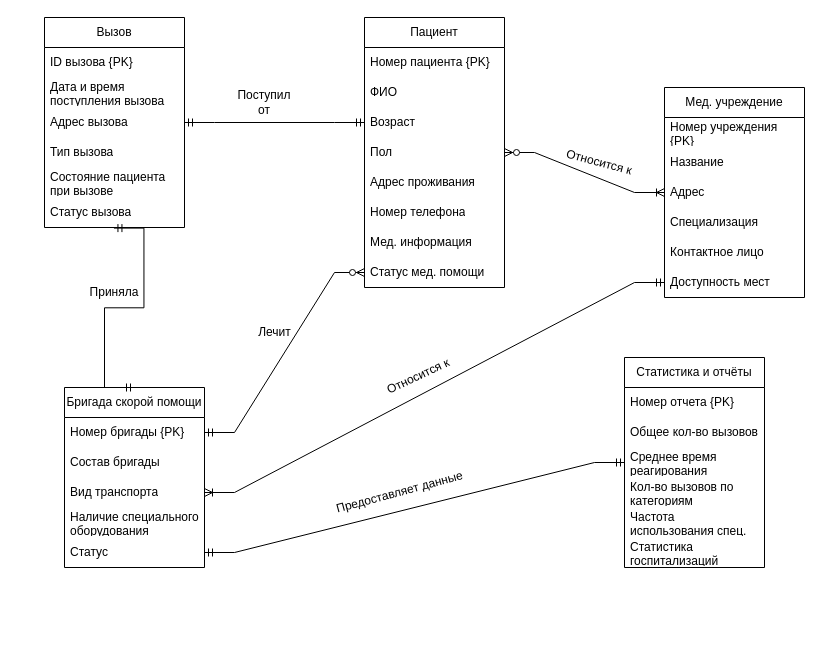
The draw.io diagram Лаба3.drawio in chchjii/Draw.io, before the edit. Source tidied: cells renumbered, new cells numbered last; positions are measured from the earlier drawing's top-left corner, leaving out a move shared by most shapes. Both pictures are drawn from the tidied source at 100%, with x=0, y=0 at pixel (44, 17).
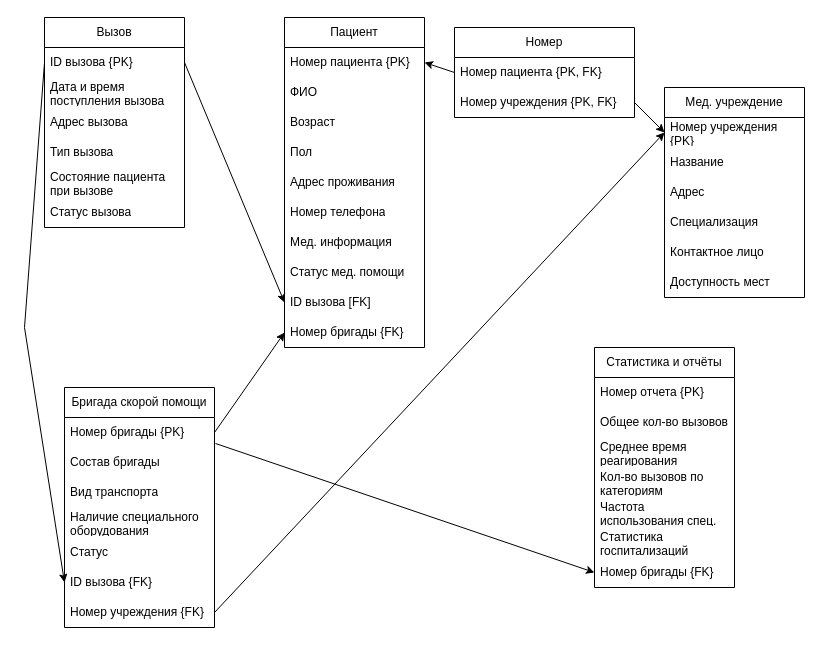
The same page after the edit.

The change refers to these unchanged cells:
```xml
<mxCell id="3" value="ID вызова {PK}" style="text;strokeColor=none;fillColor=none;align=left;verticalAlign=middle;spacingLeft=4;spacingRight=4;overflow=hidden;points=[[0,0.5],[1,0.5]];portConstraint=eastwest;whiteSpace=wrap;html=1;" parent="2" vertex="1">
  <mxGeometry y="30" width="140" height="30" as="geometry" />
</mxCell>
<mxCell id="5" value="Адрес вызова" style="text;strokeColor=none;fillColor=none;align=left;verticalAlign=middle;spacingLeft=4;spacingRight=4;overflow=hidden;points=[[0,0.5],[1,0.5]];portConstraint=eastwest;whiteSpace=wrap;html=1;" parent="2" vertex="1">
  <mxGeometry y="90" width="140" height="30" as="geometry" />
</mxCell>
<mxCell id="8" value="Статус вызова" style="text;strokeColor=none;fillColor=none;align=left;verticalAlign=middle;spacingLeft=4;spacingRight=4;overflow=hidden;points=[[0,0.5],[1,0.5]];portConstraint=eastwest;whiteSpace=wrap;html=1;" parent="2" vertex="1">
  <mxGeometry y="180" width="140" height="30" as="geometry" />
</mxCell>
<mxCell id="10" value="Номер пациента {PK}" style="text;strokeColor=none;fillColor=none;align=left;verticalAlign=middle;spacingLeft=4;spacingRight=4;overflow=hidden;points=[[0,0.5],[1,0.5]];portConstraint=eastwest;whiteSpace=wrap;html=1;" parent="9" vertex="1">
  <mxGeometry y="30" width="140" height="30" as="geometry" />
</mxCell>
<mxCell id="12" value="Возраст" style="text;strokeColor=none;fillColor=none;align=left;verticalAlign=middle;spacingLeft=4;spacingRight=4;overflow=hidden;points=[[0,0.5],[1,0.5]];portConstraint=eastwest;whiteSpace=wrap;html=1;" parent="9" vertex="1">
  <mxGeometry y="90" width="140" height="30" as="geometry" />
</mxCell>
<mxCell id="13" value="Пол" style="text;strokeColor=none;fillColor=none;align=left;verticalAlign=middle;spacingLeft=4;spacingRight=4;overflow=hidden;points=[[0,0.5],[1,0.5]];portConstraint=eastwest;whiteSpace=wrap;html=1;" parent="9" vertex="1">
  <mxGeometry y="120" width="140" height="30" as="geometry" />
</mxCell>
<mxCell id="17" value="Статус мед. помощи" style="text;strokeColor=none;fillColor=none;align=left;verticalAlign=middle;spacingLeft=4;spacingRight=4;overflow=hidden;points=[[0,0.5],[1,0.5]];portConstraint=eastwest;whiteSpace=wrap;html=1;" parent="9" vertex="1">
  <mxGeometry y="240" width="140" height="30" as="geometry" />
</mxCell>
<mxCell id="25" value="Номер учреждения {PK}" style="text;strokeColor=none;fillColor=none;align=left;verticalAlign=middle;spacingLeft=4;spacingRight=4;overflow=hidden;points=[[0,0.5],[1,0.5]];portConstraint=eastwest;whiteSpace=wrap;html=1;" parent="24" vertex="1">
  <mxGeometry y="30" width="140" height="30" as="geometry" />
</mxCell>
<mxCell id="27" value="Адрес" style="text;strokeColor=none;fillColor=none;align=left;verticalAlign=middle;spacingLeft=4;spacingRight=4;overflow=hidden;points=[[0,0.5],[1,0.5]];portConstraint=eastwest;whiteSpace=wrap;html=1;" parent="24" vertex="1">
  <mxGeometry y="90" width="140" height="30" as="geometry" />
</mxCell>
<mxCell id="30" value="Доступность мест" style="text;strokeColor=none;fillColor=none;align=left;verticalAlign=middle;spacingLeft=4;spacingRight=4;overflow=hidden;points=[[0,0.5],[1,0.5]];portConstraint=eastwest;whiteSpace=wrap;html=1;" parent="24" vertex="1">
  <mxGeometry y="180" width="140" height="30" as="geometry" />
</mxCell>
<mxCell id="34" value="Среднее время реагирования" style="text;strokeColor=none;fillColor=none;align=left;verticalAlign=middle;spacingLeft=4;spacingRight=4;overflow=hidden;points=[[0,0.5],[1,0.5]];portConstraint=eastwest;whiteSpace=wrap;html=1;" parent="31" vertex="1">
  <mxGeometry y="90" width="140" height="30" as="geometry" />
</mxCell>
```

The edit, as a diff of the source:
```diff
@@
     <mxCell id="9" value="Пациент" style="swimlane;fontStyle=0;horizontal=1;startSize=30;whiteSpace=wrap;html=1;" parent="1" vertex="1">
-      <mxGeometry x="320" width="140" height="270" as="geometry" />
+      <mxGeometry x="240" width="140" height="330" as="geometry" />
     </mxCell>
@@
+    <mxCell id="50" value="ID вызова [FK]" style="text;strokeColor=none;fillColor=none;align=left;verticalAlign=middle;spacingLeft=4;spacingRight=4;overflow=hidden;points=[[0,0.5],[1,0.5]];portConstraint=eastwest;whiteSpace=wrap;html=1;" parent="9" vertex="1">
+      <mxGeometry y="270" width="140" height="30" as="geometry" />
+    </mxCell>
+    <mxCell id="51" value="Номер бригады {FK}" style="text;strokeColor=none;fillColor=none;align=left;verticalAlign=middle;spacingLeft=4;spacingRight=4;overflow=hidden;points=[[0,0.5],[1,0.5]];portConstraint=eastwest;whiteSpace=wrap;html=1;" parent="9" vertex="1">
+      <mxGeometry y="300" width="140" height="30" as="geometry" />
+    </mxCell>
     <mxCell id="18" value="Бригада скорой помощи" style="swimlane;fontStyle=0;horizontal=1;startSize=30;whiteSpace=wrap;html=1;" parent="1" vertex="1">
-      <mxGeometry x="20" y="370" width="140" height="180" as="geometry" />
+      <mxGeometry x="20" y="370" width="150" height="240" as="geometry" />
     </mxCell>
     <mxCell id="19" value="Номер бригады {PK}" style="text;strokeColor=none;fillColor=none;align=left;verticalAlign=middle;spacingLeft=4;spacingRight=4;overflow=hidden;points=[[0,0.5],[1,0.5]];portConstraint=eastwest;whiteSpace=wrap;html=1;" parent="18" vertex="1">
-      <mxGeometry y="30" width="140" height="30" as="geometry" />
+      <mxGeometry y="30" width="150" height="30" as="geometry" />
     </mxCell>
     <mxCell id="20" value="Состав бригады" style="text;strokeColor=none;fillColor=none;align=left;verticalAlign=middle;spacingLeft=4;spacingRight=4;overflow=hidden;whiteSpace=wrap;html=1;" parent="18" vertex="1">
-      <mxGeometry y="60" width="140" height="30" as="geometry" />
+      <mxGeometry y="60" width="150" height="30" as="geometry" />
     </mxCell>
     <mxCell id="21" value="Вид транспорта" style="text;strokeColor=none;fillColor=none;align=left;verticalAlign=middle;spacingLeft=4;spacingRight=4;overflow=hidden;points=[[0,0.5],[1,0.5]];portConstraint=eastwest;whiteSpace=wrap;html=1;" parent="18" vertex="1">
-      <mxGeometry y="90" width="140" height="30" as="geometry" />
+      <mxGeometry y="90" width="150" height="30" as="geometry" />
     </mxCell>
     <mxCell id="22" value="Наличие специального оборудования" style="text;strokeColor=none;fillColor=none;align=left;verticalAlign=middle;spacingLeft=4;spacingRight=4;overflow=hidden;whiteSpace=wrap;html=1;" parent="18" vertex="1">
-      <mxGeometry y="120" width="140" height="30" as="geometry" />
+      <mxGeometry y="120" width="150" height="30" as="geometry" />
     </mxCell>
     <mxCell id="23" value="Статус" style="text;strokeColor=none;fillColor=none;align=left;verticalAlign=middle;spacingLeft=4;spacingRight=4;overflow=hidden;points=[[0,0.5],[1,0.5]];portConstraint=eastwest;whiteSpace=wrap;html=1;" parent="18" vertex="1">
-      <mxGeometry y="150" width="140" height="30" as="geometry" />
+      <mxGeometry y="150" width="150" height="30" as="geometry" />
     </mxCell>
+    <mxCell id="52" value="ID вызова {FK}" style="text;strokeColor=none;fillColor=none;align=left;verticalAlign=middle;spacingLeft=4;spacingRight=4;overflow=hidden;points=[[0,0.5],[1,0.5]];portConstraint=eastwest;whiteSpace=wrap;html=1;" parent="18" vertex="1">
+      <mxGeometry y="180" width="150" height="30" as="geometry" />
+    </mxCell>
+    <mxCell id="53" value="Номер учреждения {FK}" style="text;strokeColor=none;fillColor=none;align=left;verticalAlign=middle;spacingLeft=4;spacingRight=4;overflow=hidden;points=[[0,0.5],[1,0.5]];portConstraint=eastwest;whiteSpace=wrap;html=1;" parent="18" vertex="1">
+      <mxGeometry y="210" width="150" height="30" as="geometry" />
+    </mxCell>
@@
     <mxCell id="31" value="Статистика и отчёты" style="swimlane;fontStyle=0;horizontal=1;startSize=30;whiteSpace=wrap;html=1;" parent="1" vertex="1">
-      <mxGeometry x="580" y="340" width="140" height="210" as="geometry" />
+      <mxGeometry x="550" y="330" width="140" height="240" as="geometry" />
     </mxCell>
@@
-    <mxCell id="38" style="edgeStyle=entityRelationEdgeStyle;fontSize=12;html=1;endArrow=ERmandOne;startArrow=ERmandOne;rounded=0;exitX=1;exitY=0.5;exitDx=0;exitDy=0;entryX=0;entryY=0.5;entryDx=0;entryDy=0;" parent="1" edge="1" source="5" target="12">
-      <mxGeometry relative="1" as="geometry">
-        <Array as="points">
-          <mxPoint x="240" y="110" />
-          <mxPoint x="230" y="100" />
-        </Array>
-      </mxGeometry>
-    </mxCell>
-    <mxCell id="39" style="edgeStyle=entityRelationEdgeStyle;fontSize=12;html=1;endArrow=ERoneToMany;startArrow=ERzeroToMany;rounded=0;exitX=1;exitY=0.5;exitDx=0;exitDy=0;entryX=0;entryY=0.5;entryDx=0;entryDy=0;" parent="1" edge="1" source="13" target="27">
-      <mxGeometry relative="1" as="geometry">
-        <Array as="points">
-          <mxPoint x="540" y="150" />
-        </Array>
-      </mxGeometry>
-    </mxCell>
-    <mxCell id="40" style="edgeStyle=entityRelationEdgeStyle;fontSize=12;html=1;endArrow=ERmandOne;startArrow=ERmandOne;rounded=0;entryX=0.496;entryY=1.02;entryDx=0;entryDy=0;entryPerimeter=0;exitX=0.5;exitY=0;exitDx=0;exitDy=0;" parent="1" edge="1" source="18" target="8">
-      <mxGeometry relative="1" as="geometry">
-        <Array as="points">
-          <mxPoint x="99" y="330" />
-          <mxPoint x="50" y="250" />
-        </Array>
-      </mxGeometry>
-    </mxCell>
-    <mxCell id="41" value="Поступил от" style="text;html=1;align=center;verticalAlign=middle;whiteSpace=wrap;rounded=0;" parent="1" vertex="1">
-      <mxGeometry x="190" y="70" width="60" height="30" as="geometry" />
-    </mxCell>
-    <mxCell id="42" value="Относится к" style="text;html=1;align=center;verticalAlign=middle;whiteSpace=wrap;rounded=0;rotation=15;" parent="1" vertex="1">
-      <mxGeometry x="510" y="130" width="90" height="30" as="geometry" />
-    </mxCell>
-    <mxCell id="43" value="Приняла" style="text;html=1;align=center;verticalAlign=middle;whiteSpace=wrap;rounded=0;" parent="1" vertex="1">
-      <mxGeometry x="40" y="260" width="60" height="30" as="geometry" />
-    </mxCell>
-    <mxCell id="44" value="Относится к" style="text;html=1;align=center;verticalAlign=middle;whiteSpace=wrap;rounded=0;rotation=-25;" parent="1" vertex="1">
-      <mxGeometry x="328.6" y="343.7" width="90" height="30" as="geometry" />
-    </mxCell>
-    <mxCell id="45" style="edgeStyle=entityRelationEdgeStyle;fontSize=12;html=1;endArrow=ERoneToMany;startArrow=ERmandOne;rounded=0;exitX=0;exitY=0.5;exitDx=0;exitDy=0;entryX=1;entryY=0.5;entryDx=0;entryDy=0;" parent="1" edge="1" source="30" target="21">
-      <mxGeometry relative="1" as="geometry" />
-    </mxCell>
-    <mxCell id="46" style="edgeStyle=entityRelationEdgeStyle;fontSize=12;html=1;endArrow=ERzeroToMany;startArrow=ERmandOne;rounded=0;exitX=1;exitY=0.5;exitDx=0;exitDy=0;" parent="1" edge="1" source="19" target="17">
-      <mxGeometry relative="1" as="geometry" />
-    </mxCell>
-    <mxCell id="47" value="Лечит" style="text;html=1;align=center;verticalAlign=middle;strokeColor=none;fillColor=none;" parent="1" vertex="1">
-      <mxGeometry x="200" y="300" width="60" height="30" as="geometry" />
-    </mxCell>
-    <mxCell id="48" style="edgeStyle=entityRelationEdgeStyle;fontSize=12;html=1;endArrow=ERmandOne;startArrow=ERmandOne;rounded=0;entryX=0;entryY=0.5;entryDx=0;entryDy=0;exitX=1;exitY=0.5;exitDx=0;exitDy=0;" parent="1" edge="1" source="23" target="34">
-      <mxGeometry relative="1" as="geometry">
-        <Array as="points">
-          <mxPoint x="380" y="660" />
-          <mxPoint x="370" y="460" />
-        </Array>
-      </mxGeometry>
-    </mxCell>
-    <mxCell id="49" value="Предоставляет данные" style="text;html=1;align=center;verticalAlign=middle;strokeColor=none;fillColor=none;rotation=-15;" parent="1" vertex="1">
-      <mxGeometry x="280" y="460" width="150" height="30" as="geometry" />
-    </mxCell>
+    <mxCell id="54" value="Номер бригады {FK}" style="text;strokeColor=none;fillColor=none;align=left;verticalAlign=middle;spacingLeft=4;spacingRight=4;overflow=hidden;points=[[0,0.5],[1,0.5]];portConstraint=eastwest;whiteSpace=wrap;html=1;" parent="31" vertex="1">
+      <mxGeometry y="210" width="140" height="30" as="geometry" />
+    </mxCell>
+    <mxCell id="55" style="endArrow=classic;html=1;rounded=0;exitX=1.007;exitY=0.867;exitDx=0;exitDy=0;exitPerimeter=0;entryX=0;entryY=0.5;entryDx=0;entryDy=0;" parent="1" edge="1" source="19" target="54">
+      <mxGeometry relative="1" as="geometry" />
+    </mxCell>
+    <mxCell id="56" value="Номер" style="swimlane;fontStyle=0;horizontal=1;startSize=30;whiteSpace=wrap;html=1;" parent="1" vertex="1">
+      <mxGeometry x="410" y="10" width="180" height="90" as="geometry" />
+    </mxCell>
+    <mxCell id="57" value="Номер пациента {PK, FK}" style="text;strokeColor=none;fillColor=none;align=left;verticalAlign=middle;spacingLeft=4;spacingRight=4;overflow=hidden;points=[[0,0.5],[1,0.5]];portConstraint=eastwest;whiteSpace=wrap;html=1;" parent="56" vertex="1">
+      <mxGeometry y="30" width="180" height="30" as="geometry" />
+    </mxCell>
+    <mxCell id="58" value="Номер учреждения {PK, FK}&amp;nbsp;" style="text;strokeColor=none;fillColor=none;align=left;verticalAlign=middle;spacingLeft=4;spacingRight=4;overflow=hidden;points=[[0,0.5],[1,0.5]];portConstraint=eastwest;whiteSpace=wrap;html=1;" parent="56" vertex="1">
+      <mxGeometry y="60" width="180" height="30" as="geometry" />
+    </mxCell>
+    <mxCell id="59" style="endArrow=classic;html=1;rounded=0;exitX=1;exitY=0.5;exitDx=0;exitDy=0;entryX=0;entryY=0.5;entryDx=0;entryDy=0;" parent="1" edge="1" source="3" target="50">
+      <mxGeometry relative="1" as="geometry" />
+    </mxCell>
+    <mxCell id="60" style="endArrow=classic;html=1;rounded=0;exitX=0;exitY=0.5;exitDx=0;exitDy=0;entryX=1;entryY=0.5;entryDx=0;entryDy=0;" parent="1" edge="1" source="57" target="10">
+      <mxGeometry relative="1" as="geometry" />
+    </mxCell>
+    <mxCell id="61" style="endArrow=classic;html=1;rounded=0;exitX=1;exitY=0.5;exitDx=0;exitDy=0;entryX=0;entryY=0.5;entryDx=0;entryDy=0;" parent="1" edge="1" source="58" target="25">
+      <mxGeometry relative="1" as="geometry" />
+    </mxCell>
+    <mxCell id="62" style="endArrow=classic;html=1;rounded=0;exitX=0;exitY=0.5;exitDx=0;exitDy=0;entryX=0;entryY=0.5;entryDx=0;entryDy=0;" parent="1" edge="1" source="3" target="52">
+      <mxGeometry relative="1" as="geometry">
+        <Array as="points">
+          <mxPoint x="-20" y="310" />
+        </Array>
+      </mxGeometry>
+    </mxCell>
+    <mxCell id="63" style="endArrow=classic;html=1;rounded=0;exitX=1;exitY=0.5;exitDx=0;exitDy=0;entryX=0;entryY=0.5;entryDx=0;entryDy=0;" parent="1" edge="1" source="19" target="51">
+      <mxGeometry relative="1" as="geometry" />
+    </mxCell>
+    <mxCell id="64" style="endArrow=classic;html=1;rounded=0;exitX=1;exitY=0.5;exitDx=0;exitDy=0;entryX=0;entryY=0.5;entryDx=0;entryDy=0;" parent="1" edge="1" source="53" target="25">
+      <mxGeometry relative="1" as="geometry" />
+    </mxCell>
```
